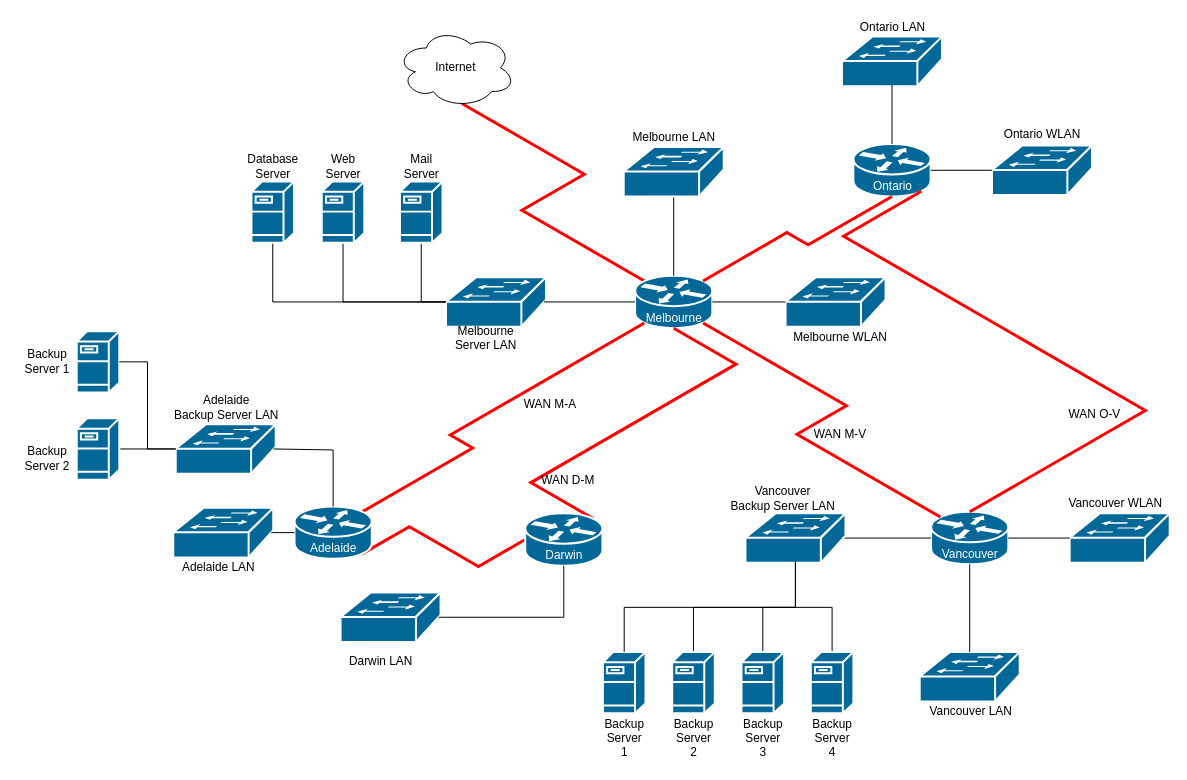
BraydanNewman/JCU_Uni keeps this draw.io diagram as CP1402/assessment_01/Untitled Diagram.drawio. Above is the earlier version. Source tidied: cells renumbered, new cells numbered last; positions are measured from the earlier drawing's top-left corner, leaving out a move shared by most shapes. Both pictures are drawn from the tidied source at 99%, with x=0, y=0 at pixel (17, 16).
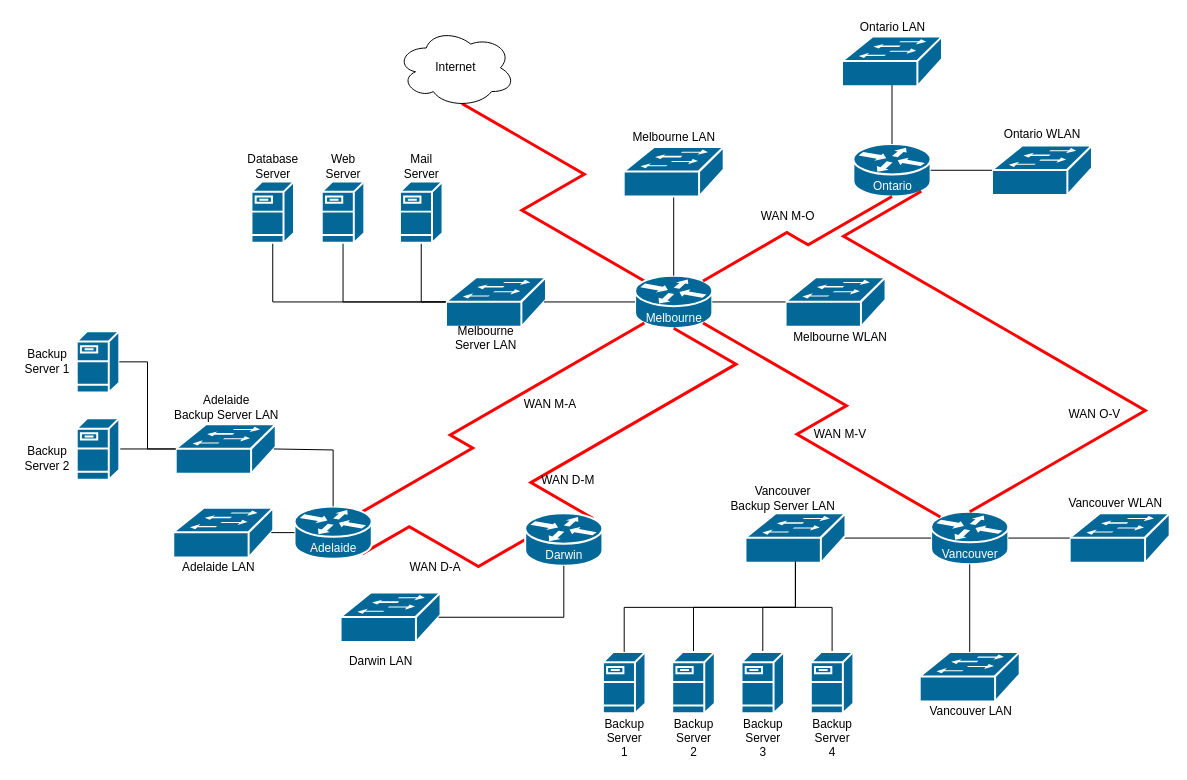
The same diagram, later.

Change to the diagram source:
```diff
@@
+    <mxCell id="90" value="WAN M-O" style="text;html=1;align=center;verticalAlign=middle;strokeColor=none;fontColor=#000000;" parent="1" vertex="1">
+      <mxGeometry x="743" y="192" width="70" height="20" as="geometry" />
+    </mxCell>
+    <mxCell id="91" value="WAN D-A" style="text;html=1;align=center;verticalAlign=middle;strokeColor=none;fontColor=#000000;" parent="1" vertex="1">
+      <mxGeometry x="386.5" y="547" width="70" height="20" as="geometry" />
+    </mxCell>
```
